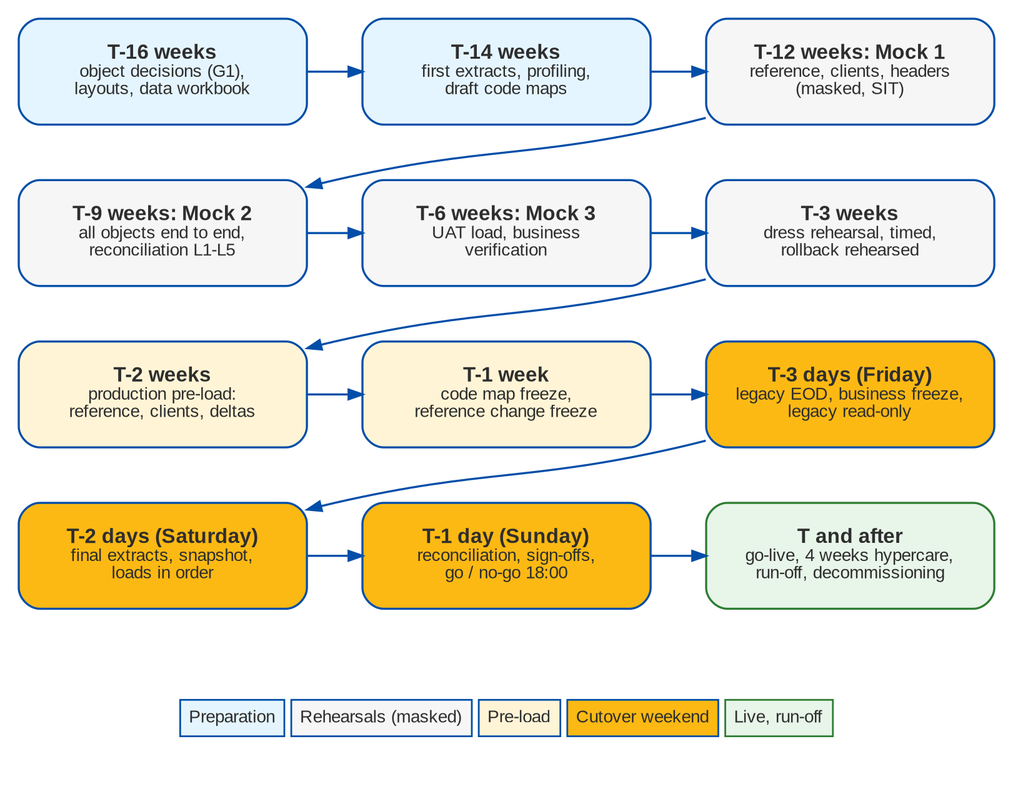
This is docs/deliverables/src/frs/figures/brd13_cutover_timeline.png from IortaTexhNXT-DEV/FinVerse, a Graphviz export, as it was before one commit. Its source is kept beside it as docs/deliverables/src/frs/figures/brd13_cutover_timeline.dot. Source of this version:
```dot
digraph dm_cutover {
  graph [rankdir=TB, fontname="Arial", nodesep=0.45, ranksep=0.45, bgcolor="white", pad=0.15, newrank=true];
  node  [shape=box, style="rounded,filled", color="@HEADER_BLUE", penwidth=1.2, fontname="Arial",
         fontsize=12, fontcolor="@NEAR_BLACK", width=2.3, height=0.85, margin="0.12,0.06", fillcolor="@BG_BLUE"];
  edge  [color="@HEADER_BLUE", arrowsize=0.8, penwidth=1.2];

  a1 [label=<<b>T-16 weeks</b><br/><font point-size="10">object decisions (G1),<br/>layouts, data workbook</font>>];
  a2 [label=<<b>T-14 weeks</b><br/><font point-size="10">first extracts, profiling,<br/>draft code maps</font>>];
  a3 [label=<<b>T-12 weeks: Mock 1</b><br/><font point-size="10">reference, clients, headers<br/>(masked, SIT)</font>>, fillcolor="@DIRTY_WHITE"];

  b1 [label=<<b>T-9 weeks: Mock 2</b><br/><font point-size="10">all objects end to end,<br/>reconciliation L1-L5</font>>, fillcolor="@DIRTY_WHITE"];
  b2 [label=<<b>T-6 weeks: Mock 3</b><br/><font point-size="10">UAT load, business<br/>verification</font>>, fillcolor="@DIRTY_WHITE"];
  b3 [label=<<b>T-3 weeks</b><br/><font point-size="10">dress rehearsal, timed,<br/>rollback rehearsed</font>>, fillcolor="@DIRTY_WHITE"];

  c1 [label=<<b>T-2 weeks</b><br/><font point-size="10">production pre-load:<br/>reference, clients, deltas</font>>, fillcolor="@AMBER_BG"];
  c2 [label=<<b>T-1 week</b><br/><font point-size="10">code map freeze,<br/>reference change freeze</font>>, fillcolor="@AMBER_BG"];
  c3 [label=<<b>T-3 days (Friday)</b><br/><font point-size="10">legacy EOD, business freeze,<br/>legacy read-only</font>>, fillcolor="@YELLOW"];

  d1 [label=<<b>T-2 days (Saturday)</b><br/><font point-size="10">final extracts, snapshot,<br/>loads in order</font>>, fillcolor="@YELLOW"];
  d2 [label=<<b>T-1 day (Sunday)</b><br/><font point-size="10">reconciliation, sign-offs,<br/>go / no-go 18:00</font>>, fillcolor="@YELLOW"];
  d3 [label=<<b>T and after</b><br/><font point-size="10">go-live, 4 weeks hypercare,<br/>run-off, decommissioning</font>>, fillcolor="@SUCCESS_BG", color="@SUCCESS"];

  { rank=same; a1; a2; a3; }
  { rank=same; b1; b2; b3; }
  { rank=same; c1; c2; c3; }
  { rank=same; d1; d2; d3; }
  a1 -> a2 -> a3;
  b1 -> b2 -> b3;
  c1 -> c2 -> c3;
  d1 -> d2 -> d3;
  a1 -> b1 -> c1 -> d1 [style=invis, weight=10];
  a2 -> b2 -> c2 -> d2 [style=invis, weight=10];
  a3 -> b3 -> c3 -> d3 [style=invis, weight=10];
  a3 -> b1 [constraint=false];
  b3 -> c1 [constraint=false];
  c3 -> d1 [constraint=false];

  legend [shape=plaintext, style="", label=<
    <table border="0" cellborder="1" cellspacing="4" cellpadding="4">
      <tr>
        <td bgcolor="@BG_BLUE" color="@HEADER_BLUE"><font point-size="10">Preparation</font></td>
        <td bgcolor="@DIRTY_WHITE" color="@HEADER_BLUE"><font point-size="10">Rehearsals (masked)</font></td>
        <td bgcolor="@AMBER_BG" color="@HEADER_BLUE"><font point-size="10">Pre-load</font></td>
        <td bgcolor="@YELLOW" color="@HEADER_BLUE"><font point-size="10">Cutover weekend</font></td>
        <td bgcolor="@SUCCESS_BG" color="@SUCCESS"><font point-size="10">Live, run-off</font></td>
      </tr>
    </table>>];
  d2 -> legend [style=invis];
}
```
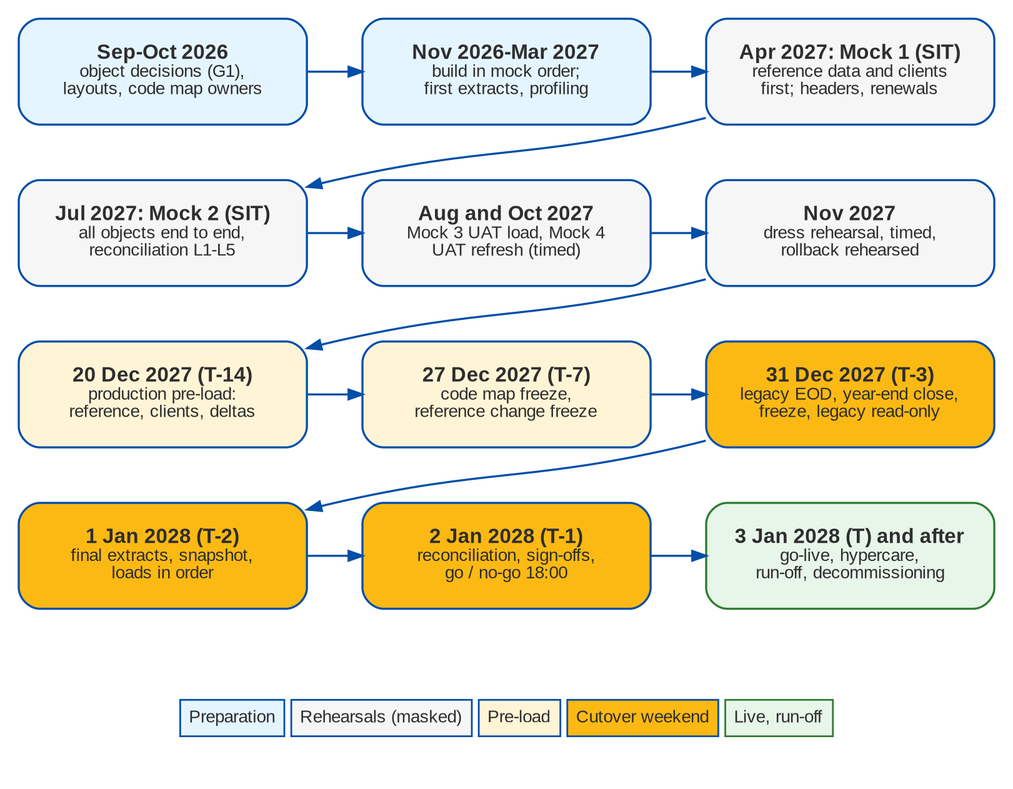
After the change.

The edit, as a diff of the source:
```diff
@@ -4,21 +4,21 @@
          fontsize=12, fontcolor="@NEAR_BLACK", width=2.3, height=0.85, margin="0.12,0.06", fillcolor="@BG_BLUE"];
   edge  [color="@HEADER_BLUE", arrowsize=0.8, penwidth=1.2];
 
-  a1 [label=<<b>T-16 weeks</b><br/><font point-size="10">object decisions (G1),<br/>layouts, data workbook</font>>];
-  a2 [label=<<b>T-14 weeks</b><br/><font point-size="10">first extracts, profiling,<br/>draft code maps</font>>];
-  a3 [label=<<b>T-12 weeks: Mock 1</b><br/><font point-size="10">reference, clients, headers<br/>(masked, SIT)</font>>, fillcolor="@DIRTY_WHITE"];
+  a1 [label=<<b>Sep-Oct 2026</b><br/><font point-size="10">object decisions (G1),<br/>layouts, code map owners</font>>];
+  a2 [label=<<b>Nov 2026-Mar 2027</b><br/><font point-size="10">build in mock order;<br/>first extracts, profiling</font>>];
+  a3 [label=<<b>Apr 2027: Mock 1 (SIT)</b><br/><font point-size="10">reference data and clients<br/>first; headers, renewals</font>>, fillcolor="@DIRTY_WHITE"];
 
-  b1 [label=<<b>T-9 weeks: Mock 2</b><br/><font point-size="10">all objects end to end,<br/>reconciliation L1-L5</font>>, fillcolor="@DIRTY_WHITE"];
-  b2 [label=<<b>T-6 weeks: Mock 3</b><br/><font point-size="10">UAT load, business<br/>verification</font>>, fillcolor="@DIRTY_WHITE"];
-  b3 [label=<<b>T-3 weeks</b><br/><font point-size="10">dress rehearsal, timed,<br/>rollback rehearsed</font>>, fillcolor="@DIRTY_WHITE"];
+  b1 [label=<<b>Jul 2027: Mock 2 (SIT)</b><br/><font point-size="10">all objects end to end,<br/>reconciliation L1-L5</font>>, fillcolor="@DIRTY_WHITE"];
+  b2 [label=<<b>Aug and Oct 2027</b><br/><font point-size="10">Mock 3 UAT load, Mock 4<br/>UAT refresh (timed)</font>>, fillcolor="@DIRTY_WHITE"];
+  b3 [label=<<b>Nov 2027</b><br/><font point-size="10">dress rehearsal, timed,<br/>rollback rehearsed</font>>, fillcolor="@DIRTY_WHITE"];
 
-  c1 [label=<<b>T-2 weeks</b><br/><font point-size="10">production pre-load:<br/>reference, clients, deltas</font>>, fillcolor="@AMBER_BG"];
-  c2 [label=<<b>T-1 week</b><br/><font point-size="10">code map freeze,<br/>reference change freeze</font>>, fillcolor="@AMBER_BG"];
-  c3 [label=<<b>T-3 days (Friday)</b><br/><font point-size="10">legacy EOD, business freeze,<br/>legacy read-only</font>>, fillcolor="@YELLOW"];
+  c1 [label=<<b>20 Dec 2027 (T-14)</b><br/><font point-size="10">production pre-load:<br/>reference, clients, deltas</font>>, fillcolor="@AMBER_BG"];
+  c2 [label=<<b>27 Dec 2027 (T-7)</b><br/><font point-size="10">code map freeze,<br/>reference change freeze</font>>, fillcolor="@AMBER_BG"];
+  c3 [label=<<b>31 Dec 2027 (T-3)</b><br/><font point-size="10">legacy EOD, year-end close,<br/>freeze, legacy read-only</font>>, fillcolor="@YELLOW"];
 
-  d1 [label=<<b>T-2 days (Saturday)</b><br/><font point-size="10">final extracts, snapshot,<br/>loads in order</font>>, fillcolor="@YELLOW"];
-  d2 [label=<<b>T-1 day (Sunday)</b><br/><font point-size="10">reconciliation, sign-offs,<br/>go / no-go 18:00</font>>, fillcolor="@YELLOW"];
-  d3 [label=<<b>T and after</b><br/><font point-size="10">go-live, 4 weeks hypercare,<br/>run-off, decommissioning</font>>, fillcolor="@SUCCESS_BG", color="@SUCCESS"];
+  d1 [label=<<b>1 Jan 2028 (T-2)</b><br/><font point-size="10">final extracts, snapshot,<br/>loads in order</font>>, fillcolor="@YELLOW"];
+  d2 [label=<<b>2 Jan 2028 (T-1)</b><br/><font point-size="10">reconciliation, sign-offs,<br/>go / no-go 18:00</font>>, fillcolor="@YELLOW"];
+  d3 [label=<<b>3 Jan 2028 (T) and after</b><br/><font point-size="10">go-live, hypercare,<br/>run-off, decommissioning</font>>, fillcolor="@SUCCESS_BG", color="@SUCCESS"];
 
   { rank=same; a1; a2; a3; }
   { rank=same; b1; b2; b3; }
```
